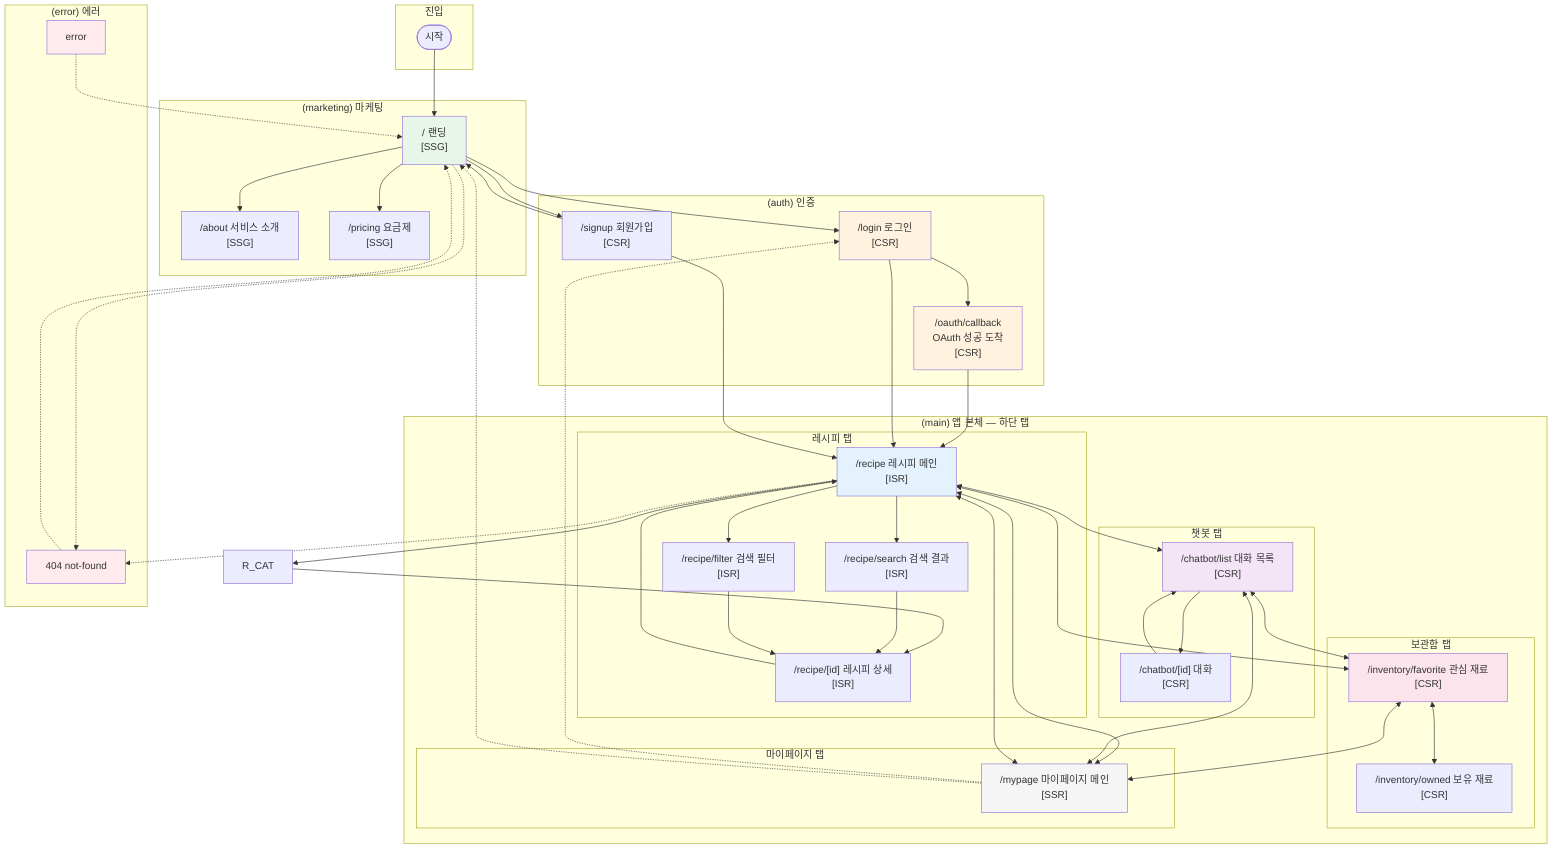
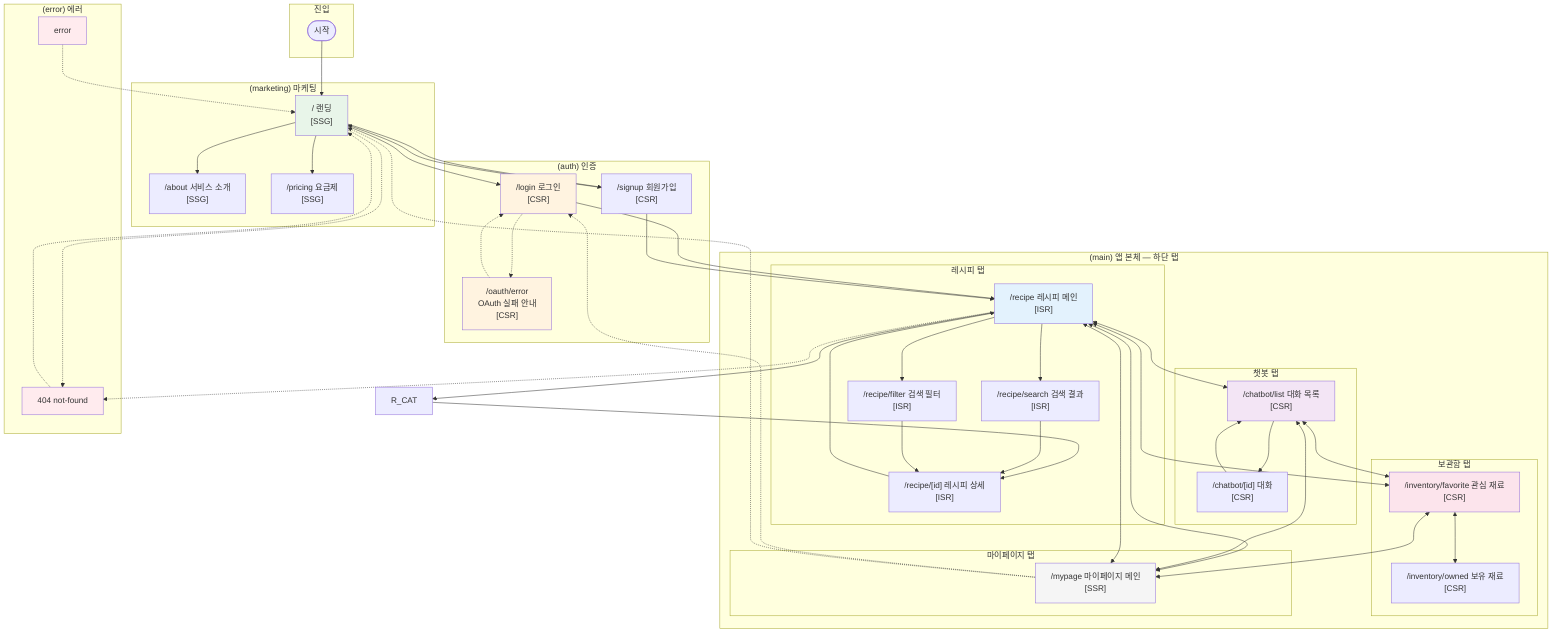
%% 화면 흐름도 (Screen Flowchart)
%% 기준: agent/frontend/spec/frontend_architecture_spec.md §2 페이지 구조 및 라우팅 맵

flowchart TB
    subgraph entry["진입"]
        START([시작])
    end

    subgraph marketing["(marketing) 마케팅"]
        LANDING["/ 랜딩<br/>[SSG]"]
        ABOUT["/about 서비스 소개<br/>[SSG]"]
        PRICING["/pricing 요금제<br/>[SSG]"]
    end

    subgraph auth["(auth) 인증"]
        LOGIN["/login 로그인<br/>[CSR]"]
        SIGNUP["/signup 회원가입<br/>[CSR]"]
-         OAUTH_CB["/oauth/callback<br/>OAuth 성공 도착<br/>[CSR]"]
+         OAUTH_ERR["/oauth/error<br/>OAuth 실패 안내<br/>[CSR]"]
    end

    subgraph main["(main) 앱 본체 — 하단 탭"]
        subgraph recipe_tab["레시피 탭"]
            R_MAIN["/recipe 레시피 메인<br/>[ISR]"]
            R_SEARCH["/recipe/search 검색 결과<br/>[ISR]"]
            R_FILTER["/recipe/filter 검색 필터<br/>[ISR]"]
            R_DETAIL["/recipe/[id] 레시피 상세<br/>[ISR]"]
        end

        subgraph chatbot_tab["챗봇 탭"]
            C_LIST["/chatbot/list 대화 목록<br/>[CSR]"]
            C_CHAT["/chatbot/[id] 대화<br/>[CSR]"]
        end

        subgraph inventory_tab["보관함 탭"]
            INV_FAVORITE["/inventory/favorite 관심 재료<br/>[CSR]"]
            INV_OWNED["/inventory/owned 보유 재료<br/>[CSR]"]
        end

        subgraph mypage_tab["마이페이지 탭"]
            MYPAGE["/mypage 마이페이지 메인<br/>[SSR]"]
        end
    end

    subgraph error["(error) 에러"]
        NOT_FOUND["404 not-found"]
        ERROR_PAGE["error"]
    end

    %% 진입 → 마케팅
    START --> LANDING
    LANDING --> ABOUT
    LANDING --> PRICING

    %% 마케팅 ↔ 인증
    LANDING --> LOGIN
    LANDING --> SIGNUP
-     LOGIN --> OAUTH_CB
+     LOGIN -.-> OAUTH_ERR
+     OAUTH_ERR -.-> LOGIN
    SIGNUP --> LANDING

-     %% OAuth 성공 후 앱 진입
-     OAUTH_CB --> R_MAIN
+     %% OAuth 성공: 백엔드 302로 앱 경로 직행(중간 페이지 없음)

-     %% 로그인/회원가입 성공 후 앱 진입
+     %% 로그인/회원가입·OAuth 성공 후 앱 진입
    LOGIN --> R_MAIN
    SIGNUP --> R_MAIN

    %% 레시피 탭 내부 흐름
    R_MAIN --> R_CAT
    R_MAIN --> R_SEARCH
    R_MAIN --> R_FILTER
    R_CAT --> R_DETAIL
    R_SEARCH --> R_DETAIL
    R_FILTER --> R_DETAIL
    R_DETAIL --> R_MAIN

    %% 챗봇 탭 내부 흐름
    C_LIST --> C_CHAT
    C_CHAT --> C_LIST

    %% 탭 간 전환 (대표 경로만 표시)
    R_MAIN <--> C_LIST
    R_MAIN <--> INV_FAVORITE
    R_MAIN <--> MYPAGE
    C_LIST <--> INV_FAVORITE
    C_LIST <--> MYPAGE
    INV_FAVORITE <--> INV_OWNED
    INV_FAVORITE <--> MYPAGE
    MYPAGE <--> R_MAIN

    %% 마이페이지에서 로그아웃 등 → 랜딩/로그인
    MYPAGE -.-> LOGIN
    MYPAGE -.-> LANDING

    %% 잘못된 경로 → 404
    LANDING -.-> NOT_FOUND
    R_MAIN -.-> NOT_FOUND
    NOT_FOUND -.-> LANDING
    ERROR_PAGE -.-> LANDING

    %% 스타일
    style LANDING fill:#e8f5e9
    style LOGIN fill:#fff3e0
-     style OAUTH_CB fill:#fff3e0
+     style OAUTH_ERR fill:#fff3e0
    style R_MAIN fill:#e3f2fd
    style C_LIST fill:#f3e5f5
    style INV_FAVORITE fill:#fce4ec
    style MYPAGE fill:#f5f5f5
    style NOT_FOUND fill:#ffebee
    style ERROR_PAGE fill:#ffebee
